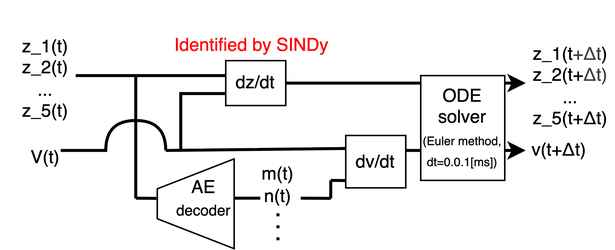
The draw.io diagram docs/poster/pic/ref/model.png in MunechikaHaruki/SINDyNeuroSurrogate, before a commit. Source tidied: cells renumbered, new cells last; positions are measured from the earlier drawing's top-left corner, leaving out a move shared by most shapes.
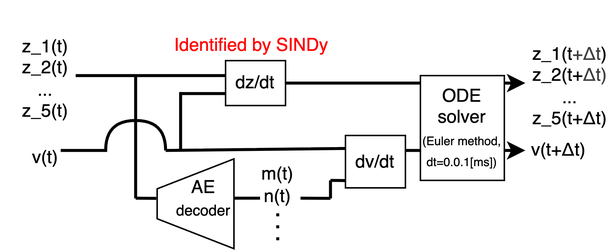
After the change.

Change to the diagram source:
```diff
@@ -19,7 +19,7 @@
     <mxCell id="5" value="dz/dt" style="rounded=0;whiteSpace=wrap;html=1;" parent="1" vertex="1">
       <mxGeometry x="150" y="40" width="40" height="30" as="geometry" />
     </mxCell>
-    <mxCell id="6" value="V(t)" style="text;html=1;align=center;verticalAlign=middle;whiteSpace=wrap;rounded=0;" parent="1" vertex="1">
+    <mxCell id="6" value="v(t)" style="text;html=1;align=center;verticalAlign=middle;whiteSpace=wrap;rounded=0;" parent="1" vertex="1">
       <mxGeometry x="10" y="90" width="40" height="30" as="geometry" />
     </mxCell>
     <mxCell id="7" style="endArrow=none;html=1;strokeWidth=2;" parent="1" edge="1">
```
